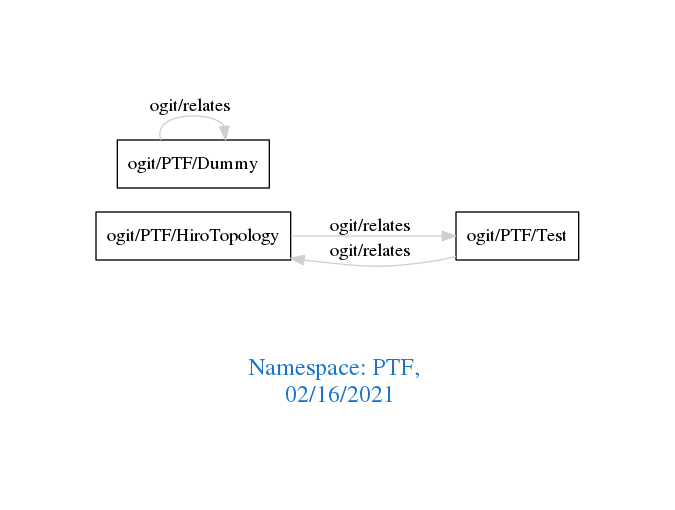
Earlier version of the Graphviz export downloads/PTF.png (arago/OGIT). Its source is kept beside it as downloads/PTF.dot.
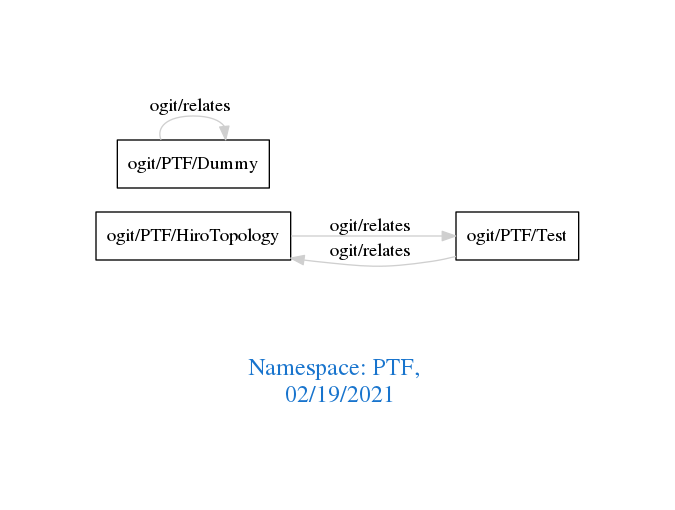
Above is the later version.

The edit, as a diff of the source:
```diff
@@ -1,7 +1,7 @@
 digraph OGIT_ontology {
  graph [ rankdir= LR,pad=1
 fontsize = 18,
-fontcolor= dodgerblue3,label = "\n\n\nNamespace: PTF, \n 02/16/2021"];
+fontcolor= dodgerblue3,label = "\n\n\nNamespace: PTF, \n 02/19/2021"];
 node[shape=polygon];
 edge [  color="gray81"];
 
```
